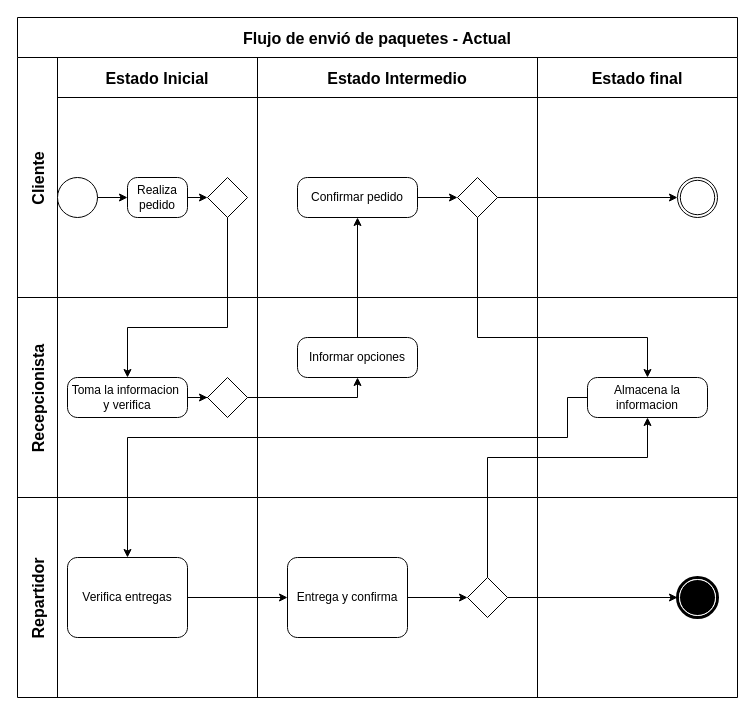
This is page "Modelo BPMN actual" (1 of 7) of 1. Planear/Envia.drawio from Jlcastano22/Envia, a draw.io file, before an edit. Source tidied: cells renumbered, new cells numbered last; positions are measured from the earlier drawing's top-left corner, leaving out a move shared by most shapes. Both pictures are drawn from the tidied source at 100%, with x=0, y=0 at pixel (17, 17).
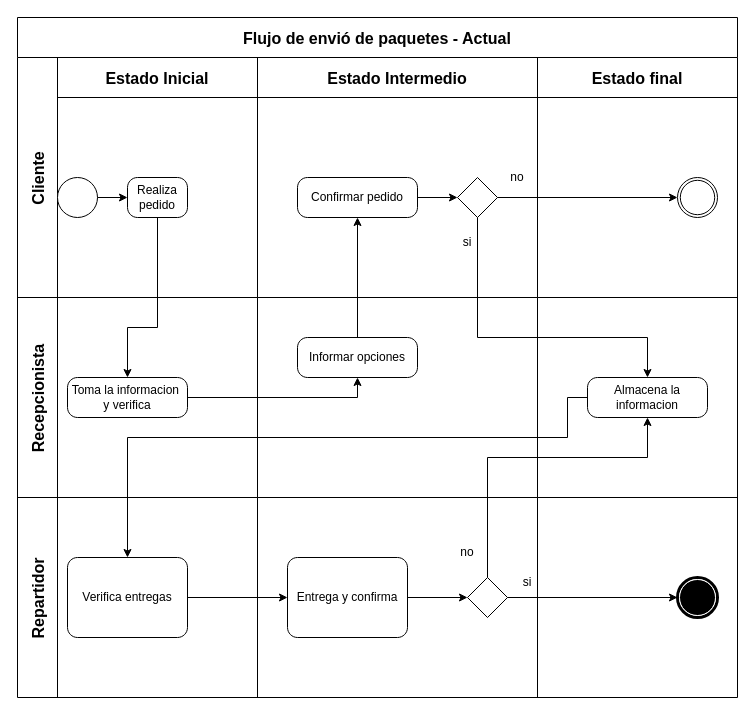
The same page after the edit.

The change refers to these unchanged cells:
```xml
<mxCell id="2" value="Flujo de envió de paquetes - Actual" style="shape=table;childLayout=tableLayout;startSize=40;fontSize=16;fontStyle=1;" parent="1" vertex="1">
  <mxGeometry width="720" height="680" as="geometry" />
</mxCell>
<mxCell id="4" value="Estado Inicial" style="swimlane;swimlaneHead=0;swimlaneBody=0;fontStyle=1;strokeColor=inherit;fillColor=none;startSize=40;fontSize=16;" parent="3" vertex="1">
  <mxGeometry x="40" width="200" height="240" as="geometry" />
</mxCell>
<mxCell id="6" value="Realiza pedido" style="points=[[0.25,0,0],[0.5,0,0],[0.75,0,0],[1,0.25,0],[1,0.5,0],[1,0.75,0],[0.75,1,0],[0.5,1,0],[0.25,1,0],[0,0.75,0],[0,0.5,0],[0,0.25,0]];shape=mxgraph.bpmn.task;whiteSpace=wrap;rectStyle=rounded;size=10;html=1;taskMarker=abstract;" parent="4" vertex="1">
  <mxGeometry x="70" y="120" width="60" height="40" as="geometry" />
</mxCell>
<mxCell id="10" value="Estado Intermedio" style="swimlane;swimlaneHead=0;swimlaneBody=0;fontStyle=1;strokeColor=inherit;fillColor=none;startSize=40;fontSize=16;" parent="3" vertex="1">
  <mxGeometry x="240" width="280" height="240" as="geometry" />
</mxCell>
<mxCell id="12" style="points=[[0.25,0.25,0],[0.5,0,0],[0.75,0.25,0],[1,0.5,0],[0.75,0.75,0],[0.5,1,0],[0.25,0.75,0],[0,0.5,0]];shape=mxgraph.bpmn.gateway2;html=1;verticalLabelPosition=bottom;labelBackgroundColor=#ffffff;verticalAlign=top;align=center;perimeter=rhombusPerimeter;outlineConnect=0;outline=none;symbol=none;" parent="10" vertex="1">
  <mxGeometry x="200" y="120" width="40" height="40" as="geometry" />
</mxCell>
<mxCell id="17" value="Recepcionista" style="shape=tableRow;horizontal=0;swimlaneHead=0;swimlaneBody=0;top=0;left=0;strokeColor=inherit;bottom=0;right=0;fontStyle=1;fillColor=none;startSize=40;fontSize=16;" parent="2" vertex="1">
  <mxGeometry y="280" width="720" height="200" as="geometry" />
</mxCell>
<mxCell id="18" style="swimlane;swimlaneHead=0;swimlaneBody=0;fontStyle=1;strokeColor=inherit;fillColor=none;startSize=0;fontSize=16;" parent="17" vertex="1">
  <mxGeometry x="40" width="200" height="200" as="geometry" />
</mxCell>
<mxCell id="19" value="Toma la informacion&amp;nbsp; y verifica" style="points=[[0.25,0,0],[0.5,0,0],[0.75,0,0],[1,0.25,0],[1,0.5,0],[1,0.75,0],[0.75,1,0],[0.5,1,0],[0.25,1,0],[0,0.75,0],[0,0.5,0],[0,0.25,0]];shape=mxgraph.bpmn.task;whiteSpace=wrap;rectStyle=rounded;size=10;html=1;taskMarker=abstract;" parent="18" vertex="1">
  <mxGeometry x="10" y="80" width="120" height="40" as="geometry" />
</mxCell>
<mxCell id="23" value="Informar opciones" style="points=[[0.25,0,0],[0.5,0,0],[0.75,0,0],[1,0.25,0],[1,0.5,0],[1,0.75,0],[0.75,1,0],[0.5,1,0],[0.25,1,0],[0,0.75,0],[0,0.5,0],[0,0.25,0]];shape=mxgraph.bpmn.task;whiteSpace=wrap;rectStyle=rounded;size=10;html=1;taskMarker=abstract;" parent="22" vertex="1">
  <mxGeometry x="40" y="40" width="120" height="40" as="geometry" />
</mxCell>
<mxCell id="25" value="Almacena la informacion" style="points=[[0.25,0,0],[0.5,0,0],[0.75,0,0],[1,0.25,0],[1,0.5,0],[1,0.75,0],[0.75,1,0],[0.5,1,0],[0.25,1,0],[0,0.75,0],[0,0.5,0],[0,0.25,0]];shape=mxgraph.bpmn.task;whiteSpace=wrap;rectStyle=rounded;size=10;html=1;taskMarker=abstract;" parent="24" vertex="1">
  <mxGeometry x="50" y="80" width="120" height="40" as="geometry" />
</mxCell>
<mxCell id="30" style="swimlane;swimlaneHead=0;swimlaneBody=0;fontStyle=1;strokeColor=inherit;fillColor=none;startSize=0;fontSize=16;" parent="27" vertex="1">
  <mxGeometry x="240" width="280" height="200" as="geometry" />
</mxCell>
```

What changed in the source:
```diff
@@
-    <mxCell id="7" style="points=[[0.25,0.25,0],[0.5,0,0],[0.75,0.25,0],[1,0.5,0],[0.75,0.75,0],[0.5,1,0],[0.25,0.75,0],[0,0.5,0]];shape=mxgraph.bpmn.gateway2;html=1;verticalLabelPosition=bottom;labelBackgroundColor=#ffffff;verticalAlign=top;align=center;perimeter=rhombusPerimeter;outlineConnect=0;outline=none;symbol=none;" parent="4" vertex="1">
-      <mxGeometry x="150" y="120" width="40" height="40" as="geometry" />
-    </mxCell>
@@
-    <mxCell id="9" style="edgeStyle=orthogonalEdgeStyle;rounded=0;jettySize=auto;html=1;exitX=1;exitY=0.5;exitDx=0;exitDy=0;exitPerimeter=0;entryX=0;entryY=0.5;entryDx=0;entryDy=0;entryPerimeter=0;" parent="4" edge="1" source="6" target="7">
-      <mxGeometry relative="1" as="geometry" />
-    </mxCell>
@@
+    <mxCell id="43" value="si" style="text;html=1;align=center;verticalAlign=middle;whiteSpace=wrap;rounded=0;" parent="10" vertex="1">
+      <mxGeometry x="180" y="170" width="60" height="30" as="geometry" />
+    </mxCell>
+    <mxCell id="44" value="no" style="text;html=1;align=center;verticalAlign=middle;whiteSpace=wrap;rounded=0;" parent="10" vertex="1">
+      <mxGeometry x="230" y="105" width="60" height="30" as="geometry" />
+    </mxCell>
@@
-    <mxCell id="20" style="points=[[0.25,0.25,0],[0.5,0,0],[0.75,0.25,0],[1,0.5,0],[0.75,0.75,0],[0.5,1,0],[0.25,0.75,0],[0,0.5,0]];shape=mxgraph.bpmn.gateway2;html=1;verticalLabelPosition=bottom;labelBackgroundColor=#ffffff;verticalAlign=top;align=center;perimeter=rhombusPerimeter;outlineConnect=0;outline=none;symbol=none;" parent="18" vertex="1">
-      <mxGeometry x="150" y="80" width="40" height="40" as="geometry" />
-    </mxCell>
-    <mxCell id="21" style="edgeStyle=orthogonalEdgeStyle;rounded=0;jettySize=auto;html=1;entryX=0;entryY=0.5;entryDx=0;entryDy=0;entryPerimeter=0;" parent="18" edge="1" source="19" target="20">
-      <mxGeometry relative="1" as="geometry" />
-    </mxCell>
@@
-    <mxCell id="26" style="edgeStyle=orthogonalEdgeStyle;rounded=0;jettySize=auto;html=1;entryX=0.5;entryY=1;entryDx=0;entryDy=0;entryPerimeter=0;" parent="17" edge="1" source="20" target="23">
-      <mxGeometry relative="1" as="geometry" />
-    </mxCell>
+    <mxCell id="21" style="edgeStyle=orthogonalEdgeStyle;rounded=0;jettySize=auto;html=1;entryX=0.5;entryY=1;entryDx=0;entryDy=0;entryPerimeter=0;" parent="17" edge="1" source="19" target="23">
+      <mxGeometry relative="1" as="geometry" />
+    </mxCell>
@@
+    <mxCell id="45" value="si" style="text;html=1;align=center;verticalAlign=middle;whiteSpace=wrap;rounded=0;" parent="30" vertex="1">
+      <mxGeometry x="240" y="70" width="60" height="30" as="geometry" />
+    </mxCell>
+    <mxCell id="46" value="no" style="text;html=1;align=center;verticalAlign=middle;whiteSpace=wrap;rounded=0;" parent="30" vertex="1">
+      <mxGeometry x="180" y="40" width="60" height="30" as="geometry" />
+    </mxCell>
@@
-    <mxCell id="38" style="edgeStyle=orthogonalEdgeStyle;rounded=0;jettySize=auto;html=1;entryX=0.5;entryY=0;entryDx=0;entryDy=0;entryPerimeter=0;" parent="2" edge="1" source="7" target="19">
-      <mxGeometry relative="1" as="geometry">
-        <Array as="points">
-          <mxPoint x="210" y="310" />
-          <mxPoint x="110" y="310" />
-        </Array>
-      </mxGeometry>
-    </mxCell>
@@
-    <mxCell id="41" style="edgeStyle=orthogonalEdgeStyle;rounded=0;jettySize=auto;html=1;entryX=0.5;entryY=0;entryDx=0;entryDy=0;entryPerimeter=0;" parent="2" edge="1" source="12" target="25">
+    <mxCell id="41" style="edgeStyle=orthogonalEdgeStyle;rounded=0;jettySize=auto;html=1;entryX=0.5;entryY=0;entryDx=0;entryDy=0;entryPerimeter=0;exitX=0.5;exitY=1;exitDx=0;exitDy=0;exitPerimeter=0;" parent="2" edge="1" source="12" target="25">
       <mxGeometry relative="1" as="geometry">
         <Array as="points">
           <mxPoint x="460" y="320" />
           <mxPoint x="630" y="320" />
         </Array>
       </mxGeometry>
     </mxCell>
@@
+    <mxCell id="9" style="edgeStyle=orthogonalEdgeStyle;rounded=0;jettySize=auto;html=1;exitX=0.5;exitY=1;exitDx=0;exitDy=0;exitPerimeter=0;entryX=0.5;entryY=0;entryDx=0;entryDy=0;entryPerimeter=0;" parent="2" edge="1" source="6" target="19">
+      <mxGeometry relative="1" as="geometry">
+        <Array as="points">
+          <mxPoint x="140" y="310" />
+          <mxPoint x="110" y="310" />
+        </Array>
+      </mxGeometry>
+    </mxCell>
```
